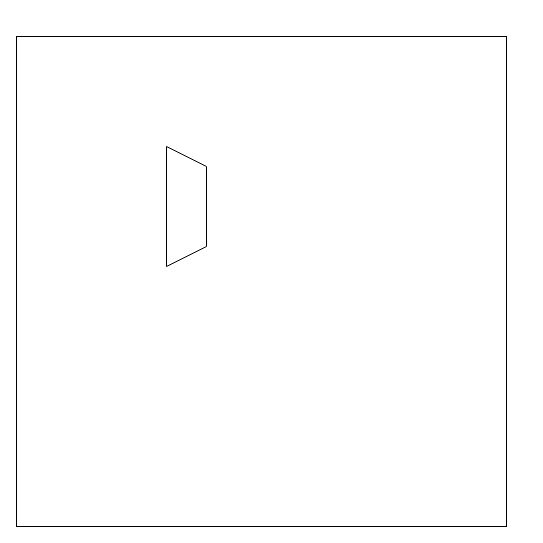
Susanred123/portfolio keeps this draw.io diagram as MD5.drawio. Above is the earlier version. Source tidied: cells renumbered, new cells numbered last; positions are measured from the earlier drawing's top-left corner, leaving out a move shared by most shapes. Both pictures are drawn from the tidied source at 100%, with x=0, y=0 at pixel (16, 36).
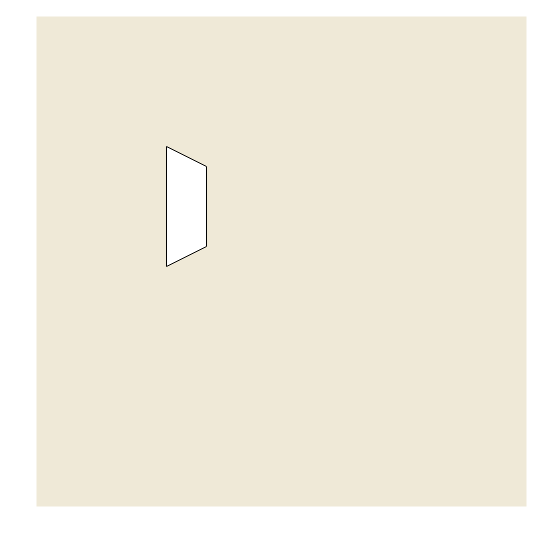
The same diagram, later.

Change to the diagram source:
```diff
@@
 <mxGraphModel>
   <root>
     <mxCell id="0" />
     <mxCell id="1" parent="0" />
-    <mxCell id="2" style="whiteSpace=wrap;html=1;" parent="1" vertex="1">
-      <mxGeometry width="490" height="490" as="geometry" />
+    <mxCell id="2" style="whiteSpace=wrap;html=1;fillColor=light-dark(#efe9d7, #281d00);strokeColor=none;" parent="1" vertex="1">
+      <mxGeometry x="20" y="-20" width="490" height="490" as="geometry" />
     </mxCell>
     <mxCell id="3" style="shape=trapezoid;perimeter=trapezoidPerimeter;whiteSpace=wrap;html=1;fixedSize=1;rotation=90;" parent="1" vertex="1">
       <mxGeometry x="110" y="150" width="120" height="40" as="geometry" />
     </mxCell>
   </root>
 </mxGraphModel>
```
